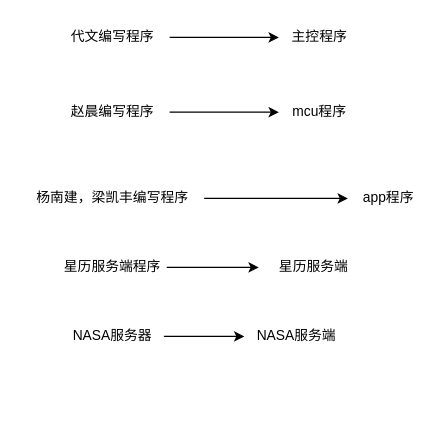
Above: page "设备命名规范" (5 of 25) of 隐身保arm版-业务流程-V1.0-20221028-1.drawio in kyphoon/ysb_drawio_tree (draw.io), before the change. Source tidied: cells renumbered, new cells numbered last; positions are measured from the earlier drawing's top-left corner, leaving out a move shared by most shapes. Both pictures are drawn from the tidied source at 115%, with x=0, y=0 at pixel (20, 20).
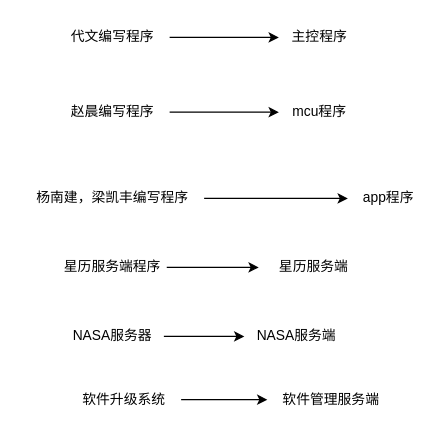
The same page after the edit.

What changed in the source:
```diff
@@
 <mxGraphModel>
   <root>
     <mxCell id="0" />
     <mxCell id="1" parent="0" />
     <mxCell id="2" style="edgeStyle=orthogonalEdgeStyle;rounded=0;jettySize=auto;html=1;" parent="1" edge="1" source="3" target="8">
       <mxGeometry relative="1" as="geometry" />
     </mxCell>
     <mxCell id="3" value="代文编写程序" style="text;html=1;align=center;verticalAlign=middle;points=[];strokeColor=none;fillColor=none;" parent="1" vertex="1">
       <mxGeometry x="30" width="100" height="30" as="geometry" />
     </mxCell>
     <mxCell id="4" style="edgeStyle=orthogonalEdgeStyle;rounded=0;jettySize=auto;html=1;" parent="1" edge="1" source="5" target="9">
       <mxGeometry relative="1" as="geometry" />
     </mxCell>
     <mxCell id="5" value="赵晨编写程序" style="text;html=1;align=center;verticalAlign=middle;points=[];strokeColor=none;fillColor=none;" parent="1" vertex="1">
       <mxGeometry x="30" y="65" width="100" height="30" as="geometry" />
     </mxCell>
     <mxCell id="6" style="edgeStyle=orthogonalEdgeStyle;rounded=0;jettySize=auto;html=1;" parent="1" edge="1" source="7" target="10">
       <mxGeometry relative="1" as="geometry" />
     </mxCell>
     <mxCell id="7" value="杨南建，梁凯丰编写程序" style="text;html=1;align=center;verticalAlign=middle;points=[];strokeColor=none;fillColor=none;" parent="1" vertex="1">
       <mxGeometry y="140" width="160" height="30" as="geometry" />
     </mxCell>
     <mxCell id="8" value="主控程序" style="text;html=1;align=center;verticalAlign=middle;points=[];strokeColor=none;fillColor=none;" parent="1" vertex="1">
       <mxGeometry x="225" width="70" height="30" as="geometry" />
     </mxCell>
     <mxCell id="9" value="mcu程序" style="text;html=1;align=center;verticalAlign=middle;points=[];strokeColor=none;fillColor=none;" parent="1" vertex="1">
       <mxGeometry x="225" y="65" width="70" height="30" as="geometry" />
     </mxCell>
     <mxCell id="10" value="app程序" style="text;html=1;align=center;verticalAlign=middle;points=[];strokeColor=none;fillColor=none;" parent="1" vertex="1">
       <mxGeometry x="285" y="140" width="70" height="30" as="geometry" />
     </mxCell>
     <mxCell id="11" style="edgeStyle=orthogonalEdgeStyle;rounded=0;jettySize=auto;html=1;" parent="1" edge="1" source="12" target="13">
       <mxGeometry relative="1" as="geometry" />
     </mxCell>
     <mxCell id="12" value="星历服务端程序" style="text;html=1;strokeColor=none;fillColor=none;align=center;verticalAlign=middle;whiteSpace=wrap;rounded=0;" parent="1" vertex="1">
       <mxGeometry x="32.5" y="200" width="95" height="30" as="geometry" />
     </mxCell>
     <mxCell id="13" value="星历服务端" style="text;html=1;strokeColor=none;fillColor=none;align=center;verticalAlign=middle;whiteSpace=wrap;rounded=0;" parent="1" vertex="1">
       <mxGeometry x="207.5" y="200" width="95" height="30" as="geometry" />
     </mxCell>
     <mxCell id="14" style="edgeStyle=orthogonalEdgeStyle;rounded=0;jettySize=auto;html=1;" parent="1" edge="1" source="15" target="16">
       <mxGeometry relative="1" as="geometry" />
     </mxCell>
     <mxCell id="15" value="NASA服务器" style="text;html=1;align=center;verticalAlign=middle;points=[];strokeColor=none;fillColor=none;" parent="1" vertex="1">
       <mxGeometry x="35" y="260" width="90" height="30" as="geometry" />
     </mxCell>
     <mxCell id="16" value="NASA服务端" style="text;html=1;align=center;verticalAlign=middle;points=[];strokeColor=none;fillColor=none;" parent="1" vertex="1">
       <mxGeometry x="195" y="260" width="90" height="30" as="geometry" />
     </mxCell>
+    <mxCell id="17" style="edgeStyle=orthogonalEdgeStyle;rounded=0;jettySize=auto;html=1;" parent="1" edge="1" source="18" target="19">
+      <mxGeometry relative="1" as="geometry" />
+    </mxCell>
+    <mxCell id="18" value="软件升级系统" style="text;html=1;align=center;verticalAlign=middle;points=[];strokeColor=none;fillColor=none;" parent="1" vertex="1">
+      <mxGeometry x="40" y="315" width="100" height="30" as="geometry" />
+    </mxCell>
+    <mxCell id="19" value="软件管理服务端" style="text;html=1;align=center;verticalAlign=middle;points=[];strokeColor=none;fillColor=none;" parent="1" vertex="1">
+      <mxGeometry x="215" y="315" width="110" height="30" as="geometry" />
+    </mxCell>
   </root>
 </mxGraphModel>
```
